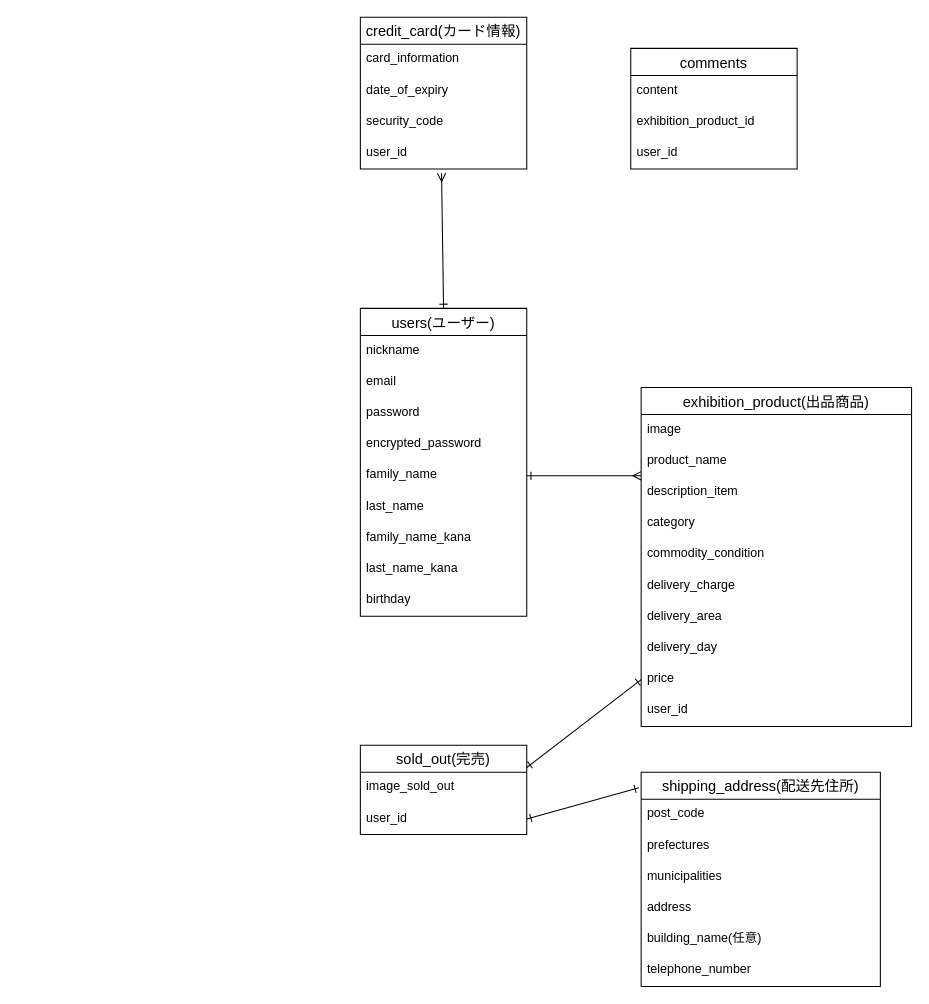
Above: .dio in chikati3/furima-38800 (draw.io), before the change. Source tidied: cells renumbered, new cells numbered last; positions are measured from the earlier drawing's top-left corner, leaving out a move shared by most shapes. Both pictures are drawn from the tidied source at 104%, with x=0, y=0 at pixel (360, 17).
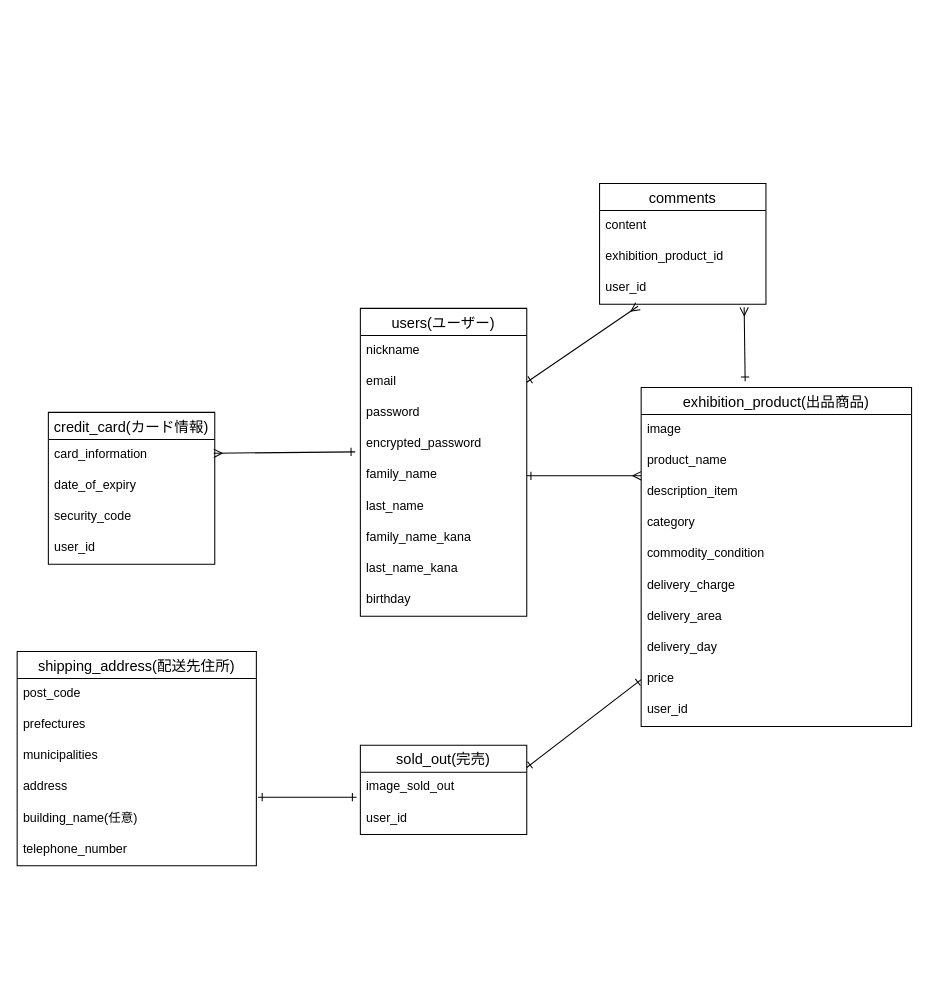
The same diagram, later.

Commit message (it also covers changes not shown here):
データベース設計

Unchanged cells that the change refers to:
```xml
<mxCell id="3" value="users(ユーザー)" style="swimlane;fontStyle=0;horizontal=1;startSize=26;align=center;fontSize=14;" parent="1" vertex="1">
  <mxGeometry y="280" width="160" height="296" as="geometry" />
</mxCell>
<mxCell id="5" value="email" style="text;strokeColor=none;fillColor=none;spacingLeft=4;spacingRight=4;overflow=hidden;points=[[0,0.5],[1,0.5]];portConstraint=eastwest;fontSize=12;" parent="3" vertex="1">
  <mxGeometry y="56" width="160" height="30" as="geometry" />
</mxCell>
<mxCell id="7" value="encrypted_password" style="text;strokeColor=none;fillColor=none;spacingLeft=4;spacingRight=4;overflow=hidden;points=[[0,0.5],[1,0.5]];portConstraint=eastwest;fontSize=12;" parent="3" vertex="1">
  <mxGeometry y="116" width="160" height="30" as="geometry" />
</mxCell>
<mxCell id="14" value="card_information" style="text;strokeColor=none;fillColor=none;spacingLeft=4;spacingRight=4;overflow=hidden;points=[[0,0.5],[1,0.5]];portConstraint=eastwest;fontSize=12;" parent="13" vertex="1">
  <mxGeometry y="26" width="160" height="30" as="geometry" />
</mxCell>
<mxCell id="17" value="user_id" style="text;strokeColor=none;fillColor=none;spacingLeft=4;spacingRight=4;overflow=hidden;points=[[0,0.5],[1,0.5]];portConstraint=eastwest;fontSize=12;" parent="13" vertex="1">
  <mxGeometry y="116" width="160" height="30" as="geometry" />
</mxCell>
<mxCell id="30" value="image_sold_out" style="text;strokeColor=none;fillColor=none;spacingLeft=4;spacingRight=4;overflow=hidden;points=[[0,0.5],[1,0.5]];portConstraint=eastwest;fontSize=12;" parent="29" vertex="1">
  <mxGeometry y="26" width="160" height="30" as="geometry" />
</mxCell>
<mxCell id="31" value="user_id" style="text;strokeColor=none;fillColor=none;spacingLeft=4;spacingRight=4;overflow=hidden;points=[[0,0.5],[1,0.5]];portConstraint=eastwest;fontSize=12;" parent="29" vertex="1">
  <mxGeometry y="56" width="160" height="30" as="geometry" />
</mxCell>
<mxCell id="37" value="building_name(任意)" style="text;strokeColor=none;fillColor=none;spacingLeft=4;spacingRight=4;overflow=hidden;points=[[0,0.5],[1,0.5]];portConstraint=eastwest;fontSize=12;" parent="32" vertex="1">
  <mxGeometry y="146" width="230" height="30" as="geometry" />
</mxCell>
<mxCell id="45" value="user_id" style="text;strokeColor=none;fillColor=none;spacingLeft=4;spacingRight=4;overflow=hidden;points=[[0,0.5],[1,0.5]];portConstraint=eastwest;fontSize=12;labelBorderColor=none;" parent="42" vertex="1">
  <mxGeometry y="86" width="160" height="30" as="geometry" />
</mxCell>
```

What changed in the source:
```diff
@@
-    <mxCell id="2" style="edgeStyle=none;html=1;exitX=0.5;exitY=0;exitDx=0;exitDy=0;endArrow=ERmany;endFill=0;startArrow=ERone;startFill=0;strokeWidth=1;entryX=0.488;entryY=1.133;entryDx=0;entryDy=0;entryPerimeter=0;" parent="1" edge="1" source="3" target="17">
+    <mxCell id="2" style="edgeStyle=none;html=1;exitX=-0.031;exitY=0.733;exitDx=0;exitDy=0;endArrow=ERmany;endFill=0;startArrow=ERone;startFill=0;strokeWidth=1;entryX=0.994;entryY=0.444;entryDx=0;entryDy=0;entryPerimeter=0;exitPerimeter=0;" parent="1" edge="1" source="7" target="14">
       <mxGeometry relative="1" as="geometry" />
     </mxCell>
@@
     <mxCell id="13" value="credit_card(カード情報)" style="swimlane;fontStyle=0;horizontal=1;startSize=26;align=center;fontSize=14;" parent="1" vertex="1">
-      <mxGeometry width="160" height="146" as="geometry" />
+      <mxGeometry x="-300" y="380" width="160" height="146" as="geometry" />
     </mxCell>
@@
+    <mxCell id="46" style="edgeStyle=none;html=1;entryX=0.869;entryY=1.1;entryDx=0;entryDy=0;entryPerimeter=0;strokeWidth=1;startArrow=ERone;startFill=0;endArrow=ERmany;endFill=0;" parent="1" edge="1" target="45">
+      <mxGeometry relative="1" as="geometry">
+        <mxPoint x="370" y="350" as="sourcePoint" />
+      </mxGeometry>
+    </mxCell>
@@
     <mxCell id="32" value="shipping_address(配送先住所)" style="swimlane;fontStyle=0;horizontal=1;startSize=26;align=center;fontSize=14;" parent="1" vertex="1">
-      <mxGeometry x="270" y="726" width="230" height="206" as="geometry" />
+      <mxGeometry x="-330" y="610" width="230" height="206" as="geometry" />
     </mxCell>
@@
-    <mxCell id="40" style="edgeStyle=none;html=1;exitX=1;exitY=0.5;exitDx=0;exitDy=0;entryX=-0.009;entryY=0.073;entryDx=0;entryDy=0;strokeWidth=1;startArrow=ERone;startFill=0;endArrow=ERone;endFill=0;entryPerimeter=0;" parent="1" edge="1" source="31" target="32">
+    <mxCell id="40" style="edgeStyle=none;html=1;exitX=-0.023;exitY=0.8;exitDx=0;exitDy=0;entryX=1.007;entryY=-0.2;entryDx=0;entryDy=0;strokeWidth=1;startArrow=ERone;startFill=0;endArrow=ERone;endFill=0;entryPerimeter=0;exitPerimeter=0;" parent="1" edge="1" source="30" target="37">
       <mxGeometry relative="1" as="geometry" />
     </mxCell>
@@
     <mxCell id="42" value="comments" style="swimlane;fontStyle=0;horizontal=1;startSize=26;align=center;fontSize=14;labelBorderColor=none;strokeColor=default;" parent="1" vertex="1">
-      <mxGeometry x="260" y="30" width="160" height="116" as="geometry" />
+      <mxGeometry x="230" y="160" width="160" height="116" as="geometry" />
     </mxCell>
@@
+    <mxCell id="47" style="edgeStyle=none;html=1;exitX=1;exitY=0.5;exitDx=0;exitDy=0;entryX=0.231;entryY=1.067;entryDx=0;entryDy=0;entryPerimeter=0;strokeWidth=1;startArrow=ERone;startFill=0;endArrow=ERmany;endFill=0;" parent="1" edge="1" source="5" target="45">
+      <mxGeometry relative="1" as="geometry" />
+    </mxCell>
```
